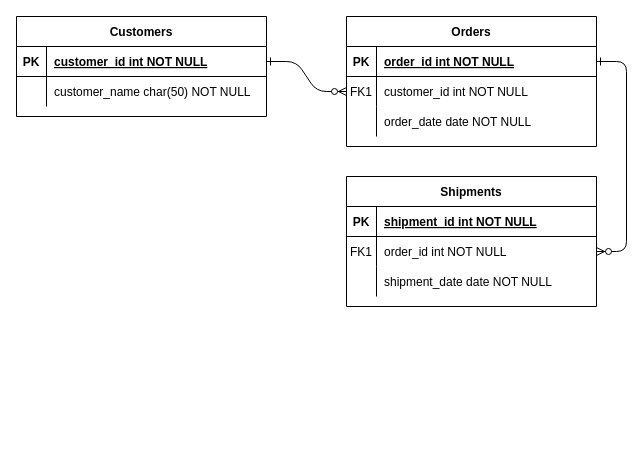
Above: Untitled Diagram.drawio in DrMarcko/niculacarplake (draw.io), before the change. Source tidied: cells renumbered, new cells numbered last; positions are measured from the earlier drawing's top-left corner, leaving out a move shared by most shapes. Both pictures are drawn from the tidied source at 100%, with x=0, y=0 at pixel (16, 16).
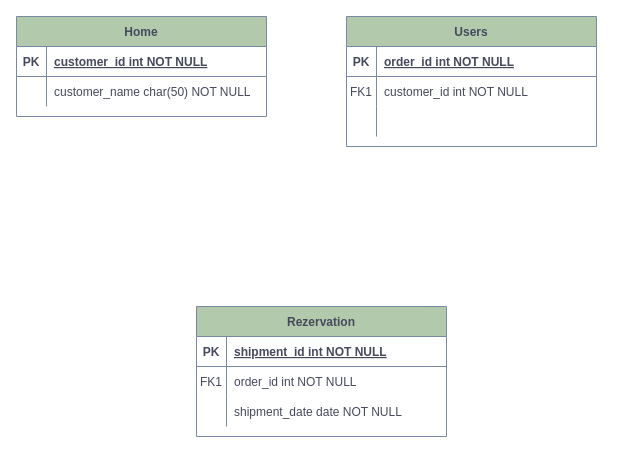
After the change.

What changed in the source:
```diff
@@
-    <mxCell id="2" style="edgeStyle=entityRelationEdgeStyle;endArrow=ERzeroToMany;startArrow=ERone;endFill=1;startFill=0;" parent="1" edge="1" source="25" target="8">
-      <mxGeometry relative="1" as="geometry" />
-    </mxCell>
-    <mxCell id="3" style="edgeStyle=entityRelationEdgeStyle;endArrow=ERzeroToMany;startArrow=ERone;endFill=1;startFill=0;" parent="1" edge="1" source="5" target="18">
-      <mxGeometry relative="1" as="geometry" />
-    </mxCell>
-    <mxCell id="4" value="Orders" style="shape=table;startSize=30;childLayout=tableLayout;rowLines=0;fontStyle=1;align=center;" parent="1" vertex="1">
+    <mxCell id="4" value="Users" style="shape=table;startSize=30;childLayout=tableLayout;rowLines=0;fontStyle=1;align=center;labelBackgroundColor=none;fillColor=#B2C9AB;strokeColor=#788AA3;fontColor=#46495D;rounded=0;" parent="1" vertex="1">
       <mxGeometry x="330" width="250" height="130" as="geometry" />
     </mxCell>
-    <mxCell id="5" style="shape=partialRectangle;fillColor=none;points=[[0,0.5],[1,0.5]];portConstraint=eastwest;top=0;left=0;right=0;bottom=1;" parent="4" vertex="1">
+    <mxCell id="5" style="shape=partialRectangle;fillColor=none;points=[[0,0.5],[1,0.5]];portConstraint=eastwest;top=0;left=0;right=0;bottom=1;labelBackgroundColor=none;strokeColor=#788AA3;fontColor=#46495D;rounded=0;" parent="4" vertex="1">
       <mxGeometry y="30" width="250" height="30" as="geometry" />
     </mxCell>
-    <mxCell id="6" value="PK" style="shape=partialRectangle;overflow=hidden;fillColor=none;top=0;left=0;bottom=0;right=0;fontStyle=1;" parent="5" vertex="1">
+    <mxCell id="6" value="PK" style="shape=partialRectangle;overflow=hidden;fillColor=none;top=0;left=0;bottom=0;right=0;fontStyle=1;labelBackgroundColor=none;strokeColor=#788AA3;fontColor=#46495D;rounded=0;" parent="5" vertex="1">
       <mxGeometry width="30" height="30" as="geometry" />
     </mxCell>
-    <mxCell id="7" value="order_id int NOT NULL " style="shape=partialRectangle;overflow=hidden;fillColor=none;top=0;left=0;bottom=0;right=0;align=left;spacingLeft=6;fontStyle=5;" parent="5" vertex="1">
+    <mxCell id="7" value="order_id int NOT NULL " style="shape=partialRectangle;overflow=hidden;fillColor=none;top=0;left=0;bottom=0;right=0;align=left;spacingLeft=6;fontStyle=5;labelBackgroundColor=none;strokeColor=#788AA3;fontColor=#46495D;rounded=0;" parent="5" vertex="1">
       <mxGeometry x="30" width="220" height="30" as="geometry" />
     </mxCell>
-    <mxCell id="8" style="shape=partialRectangle;fillColor=none;points=[[0,0.5],[1,0.5]];portConstraint=eastwest;top=0;left=0;right=0;bottom=0;" parent="4" vertex="1">
+    <mxCell id="8" style="shape=partialRectangle;fillColor=none;points=[[0,0.5],[1,0.5]];portConstraint=eastwest;top=0;left=0;right=0;bottom=0;labelBackgroundColor=none;strokeColor=#788AA3;fontColor=#46495D;rounded=0;" parent="4" vertex="1">
       <mxGeometry y="60" width="250" height="30" as="geometry" />
     </mxCell>
-    <mxCell id="9" value="FK1" style="shape=partialRectangle;overflow=hidden;fillColor=none;top=0;left=0;bottom=0;right=0;" parent="8" vertex="1">
+    <mxCell id="9" value="FK1" style="shape=partialRectangle;overflow=hidden;fillColor=none;top=0;left=0;bottom=0;right=0;labelBackgroundColor=none;strokeColor=#788AA3;fontColor=#46495D;rounded=0;" parent="8" vertex="1">
       <mxGeometry width="30" height="30" as="geometry" />
     </mxCell>
-    <mxCell id="10" value="customer_id int NOT NULL" style="shape=partialRectangle;overflow=hidden;fillColor=none;top=0;left=0;bottom=0;right=0;align=left;spacingLeft=6;" parent="8" vertex="1">
+    <mxCell id="10" value="customer_id int NOT NULL" style="shape=partialRectangle;overflow=hidden;fillColor=none;top=0;left=0;bottom=0;right=0;align=left;spacingLeft=6;labelBackgroundColor=none;strokeColor=#788AA3;fontColor=#46495D;rounded=0;" parent="8" vertex="1">
       <mxGeometry x="30" width="220" height="30" as="geometry" />
     </mxCell>
-    <mxCell id="11" style="shape=partialRectangle;fillColor=none;top=0;left=0;right=0;bottom=0;" parent="4" vertex="1">
+    <mxCell id="11" style="shape=partialRectangle;fillColor=none;top=0;left=0;right=0;bottom=0;labelBackgroundColor=none;strokeColor=#788AA3;fontColor=#46495D;rounded=0;" parent="4" vertex="1">
       <mxGeometry y="90" width="250" height="30" as="geometry" />
     </mxCell>
-    <mxCell id="12" style="shape=partialRectangle;overflow=hidden;fillColor=none;top=0;left=0;bottom=0;right=0;" parent="11" vertex="1">
+    <mxCell id="12" style="shape=partialRectangle;overflow=hidden;fillColor=none;top=0;left=0;bottom=0;right=0;labelBackgroundColor=none;strokeColor=#788AA3;fontColor=#46495D;rounded=0;" parent="11" vertex="1">
       <mxGeometry width="30" height="30" as="geometry" />
     </mxCell>
-    <mxCell id="13" value="order_date date NOT NULL" style="shape=partialRectangle;overflow=hidden;fillColor=none;top=0;left=0;bottom=0;right=0;align=left;spacingLeft=6;" parent="11" vertex="1">
+    <mxCell id="13" style="shape=partialRectangle;overflow=hidden;fillColor=none;top=0;left=0;bottom=0;right=0;align=left;spacingLeft=6;labelBackgroundColor=none;strokeColor=#788AA3;fontColor=#46495D;rounded=0;" parent="11" vertex="1">
       <mxGeometry x="30" width="220" height="30" as="geometry" />
     </mxCell>
-    <mxCell id="14" value="Shipments" style="shape=table;startSize=30;childLayout=tableLayout;rowLines=0;fontStyle=1;align=center;" parent="1" vertex="1">
-      <mxGeometry x="330" y="160" width="250" height="130" as="geometry" />
+    <mxCell id="14" value="Rezervation" style="shape=table;startSize=30;childLayout=tableLayout;rowLines=0;fontStyle=1;align=center;labelBackgroundColor=none;fillColor=#B2C9AB;strokeColor=#788AA3;fontColor=#46495D;rounded=0;" parent="1" vertex="1">
+      <mxGeometry x="180" y="290" width="250" height="130" as="geometry" />
     </mxCell>
-    <mxCell id="15" style="shape=partialRectangle;fillColor=none;top=0;left=0;right=0;bottom=1;" parent="14" vertex="1">
+    <mxCell id="15" style="shape=partialRectangle;fillColor=none;top=0;left=0;right=0;bottom=1;labelBackgroundColor=none;strokeColor=#788AA3;fontColor=#46495D;rounded=0;" parent="14" vertex="1">
       <mxGeometry y="30" width="250" height="30" as="geometry" />
     </mxCell>
-    <mxCell id="16" value="PK" style="shape=partialRectangle;overflow=hidden;fillColor=none;top=0;left=0;bottom=0;right=0;fontStyle=1;" parent="15" vertex="1">
+    <mxCell id="16" value="PK" style="shape=partialRectangle;overflow=hidden;fillColor=none;top=0;left=0;bottom=0;right=0;fontStyle=1;labelBackgroundColor=none;strokeColor=#788AA3;fontColor=#46495D;rounded=0;" parent="15" vertex="1">
       <mxGeometry width="30" height="30" as="geometry" />
     </mxCell>
-    <mxCell id="17" value="shipment_id int NOT NULL " style="shape=partialRectangle;overflow=hidden;fillColor=none;top=0;left=0;bottom=0;right=0;align=left;spacingLeft=6;fontStyle=5;" parent="15" vertex="1">
+    <mxCell id="17" value="shipment_id int NOT NULL " style="shape=partialRectangle;overflow=hidden;fillColor=none;top=0;left=0;bottom=0;right=0;align=left;spacingLeft=6;fontStyle=5;labelBackgroundColor=none;strokeColor=#788AA3;fontColor=#46495D;rounded=0;" parent="15" vertex="1">
       <mxGeometry x="30" width="220" height="30" as="geometry" />
     </mxCell>
-    <mxCell id="18" style="shape=partialRectangle;fillColor=none;points=[[0,0.5],[1,0.5]];portConstraint=eastwest;top=0;left=0;right=0;bottom=0;" parent="14" vertex="1">
+    <mxCell id="18" style="shape=partialRectangle;fillColor=none;points=[[0,0.5],[1,0.5]];portConstraint=eastwest;top=0;left=0;right=0;bottom=0;labelBackgroundColor=none;strokeColor=#788AA3;fontColor=#46495D;rounded=0;" parent="14" vertex="1">
       <mxGeometry y="60" width="250" height="30" as="geometry" />
     </mxCell>
-    <mxCell id="19" value="FK1" style="shape=partialRectangle;overflow=hidden;fillColor=none;top=0;left=0;bottom=0;right=0;" parent="18" vertex="1">
+    <mxCell id="19" value="FK1" style="shape=partialRectangle;overflow=hidden;fillColor=none;top=0;left=0;bottom=0;right=0;labelBackgroundColor=none;strokeColor=#788AA3;fontColor=#46495D;rounded=0;" parent="18" vertex="1">
       <mxGeometry width="30" height="30" as="geometry" />
     </mxCell>
-    <mxCell id="20" value="order_id int NOT NULL" style="shape=partialRectangle;overflow=hidden;fillColor=none;top=0;left=0;bottom=0;right=0;align=left;spacingLeft=6;" parent="18" vertex="1">
+    <mxCell id="20" value="order_id int NOT NULL" style="shape=partialRectangle;overflow=hidden;fillColor=none;top=0;left=0;bottom=0;right=0;align=left;spacingLeft=6;labelBackgroundColor=none;strokeColor=#788AA3;fontColor=#46495D;rounded=0;" parent="18" vertex="1">
       <mxGeometry x="30" width="220" height="30" as="geometry" />
     </mxCell>
-    <mxCell id="21" style="shape=partialRectangle;fillColor=none;top=0;left=0;right=0;bottom=0;" parent="14" vertex="1">
+    <mxCell id="21" style="shape=partialRectangle;fillColor=none;top=0;left=0;right=0;bottom=0;labelBackgroundColor=none;strokeColor=#788AA3;fontColor=#46495D;rounded=0;" parent="14" vertex="1">
       <mxGeometry y="90" width="250" height="30" as="geometry" />
     </mxCell>
-    <mxCell id="22" style="shape=partialRectangle;overflow=hidden;fillColor=none;top=0;left=0;bottom=0;right=0;" parent="21" vertex="1">
+    <mxCell id="22" style="shape=partialRectangle;overflow=hidden;fillColor=none;top=0;left=0;bottom=0;right=0;labelBackgroundColor=none;strokeColor=#788AA3;fontColor=#46495D;rounded=0;" parent="21" vertex="1">
       <mxGeometry width="30" height="30" as="geometry" />
     </mxCell>
-    <mxCell id="23" value="shipment_date date NOT NULL" style="shape=partialRectangle;overflow=hidden;fillColor=none;top=0;left=0;bottom=0;right=0;align=left;spacingLeft=6;" parent="21" vertex="1">
+    <mxCell id="23" value="shipment_date date NOT NULL" style="shape=partialRectangle;overflow=hidden;fillColor=none;top=0;left=0;bottom=0;right=0;align=left;spacingLeft=6;labelBackgroundColor=none;strokeColor=#788AA3;fontColor=#46495D;rounded=0;" parent="21" vertex="1">
       <mxGeometry x="30" width="220" height="30" as="geometry" />
     </mxCell>
-    <mxCell id="24" value="Customers" style="shape=table;startSize=30;childLayout=tableLayout;rowLines=0;fontStyle=1;align=center;" parent="1" vertex="1">
+    <mxCell id="24" value="Home" style="shape=table;startSize=30;childLayout=tableLayout;rowLines=0;fontStyle=1;align=center;labelBackgroundColor=none;fillColor=#B2C9AB;strokeColor=#788AA3;fontColor=#46495D;rounded=0;" parent="1" vertex="1">
       <mxGeometry width="250" height="100" as="geometry" />
     </mxCell>
-    <mxCell id="25" style="shape=partialRectangle;fillColor=none;points=[[0,0.5],[1,0.5]];portConstraint=eastwest;top=0;left=0;right=0;bottom=1;" parent="24" vertex="1">
+    <mxCell id="25" style="shape=partialRectangle;fillColor=none;points=[[0,0.5],[1,0.5]];portConstraint=eastwest;top=0;left=0;right=0;bottom=1;labelBackgroundColor=none;strokeColor=#788AA3;fontColor=#46495D;rounded=0;" parent="24" vertex="1">
       <mxGeometry y="30" width="250" height="30" as="geometry" />
     </mxCell>
-    <mxCell id="26" value="PK" style="shape=partialRectangle;overflow=hidden;fillColor=none;top=0;left=0;bottom=0;right=0;fontStyle=1;" parent="25" vertex="1">
+    <mxCell id="26" value="PK" style="shape=partialRectangle;overflow=hidden;fillColor=none;top=0;left=0;bottom=0;right=0;fontStyle=1;labelBackgroundColor=none;strokeColor=#788AA3;fontColor=#46495D;rounded=0;" parent="25" vertex="1">
       <mxGeometry width="30" height="30" as="geometry" />
     </mxCell>
-    <mxCell id="27" value="customer_id int NOT NULL " style="shape=partialRectangle;overflow=hidden;fillColor=none;top=0;left=0;bottom=0;right=0;align=left;spacingLeft=6;fontStyle=5;" parent="25" vertex="1">
+    <mxCell id="27" value="customer_id int NOT NULL " style="shape=partialRectangle;overflow=hidden;fillColor=none;top=0;left=0;bottom=0;right=0;align=left;spacingLeft=6;fontStyle=5;labelBackgroundColor=none;strokeColor=#788AA3;fontColor=#46495D;rounded=0;" parent="25" vertex="1">
       <mxGeometry x="30" width="220" height="30" as="geometry" />
     </mxCell>
-    <mxCell id="28" style="shape=partialRectangle;fillColor=none;top=0;left=0;right=0;bottom=0;" parent="24" vertex="1">
+    <mxCell id="28" style="shape=partialRectangle;fillColor=none;top=0;left=0;right=0;bottom=0;labelBackgroundColor=none;strokeColor=#788AA3;fontColor=#46495D;rounded=0;" parent="24" vertex="1">
       <mxGeometry y="60" width="250" height="30" as="geometry" />
     </mxCell>
-    <mxCell id="29" style="shape=partialRectangle;overflow=hidden;fillColor=none;top=0;left=0;bottom=0;right=0;" parent="28" vertex="1">
+    <mxCell id="29" style="shape=partialRectangle;overflow=hidden;fillColor=none;top=0;left=0;bottom=0;right=0;labelBackgroundColor=none;strokeColor=#788AA3;fontColor=#46495D;rounded=0;" parent="28" vertex="1">
       <mxGeometry width="30" height="30" as="geometry" />
     </mxCell>
-    <mxCell id="30" value="customer_name char(50) NOT NULL" style="shape=partialRectangle;overflow=hidden;fillColor=none;top=0;left=0;bottom=0;right=0;align=left;spacingLeft=6;" parent="28" vertex="1">
+    <mxCell id="30" value="customer_name char(50) NOT NULL" style="shape=partialRectangle;overflow=hidden;fillColor=none;top=0;left=0;bottom=0;right=0;align=left;spacingLeft=6;labelBackgroundColor=none;strokeColor=#788AA3;fontColor=#46495D;rounded=0;" parent="28" vertex="1">
       <mxGeometry x="30" width="220" height="30" as="geometry" />
     </mxCell>
```
